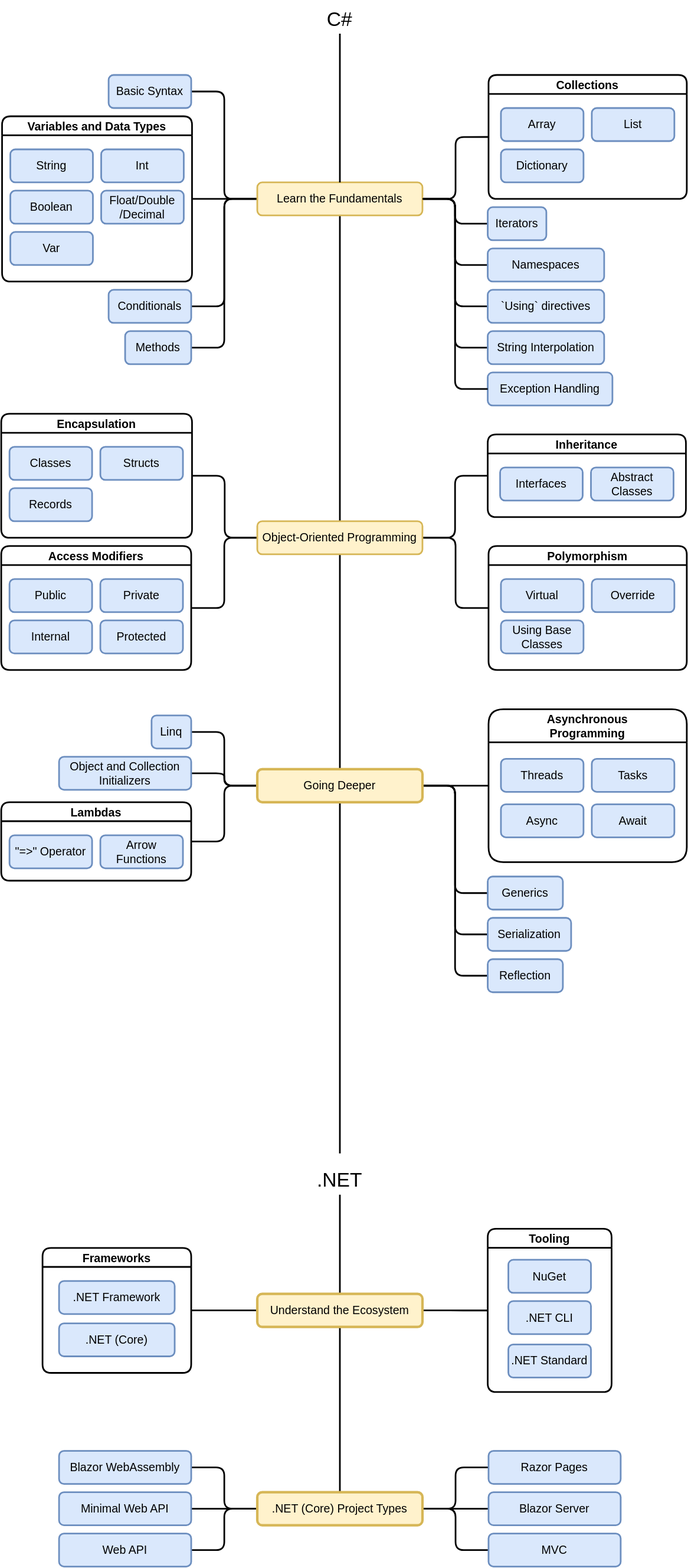
Before: csharp-roadmap.drawio.svg, a diagram exported from draw.io (gridlocdev/csharp-learning-roadmap). Source tidied: cells renumbered, new cells last; positions are measured from the earlier drawing's top-left corner, leaving out a move shared by most shapes.
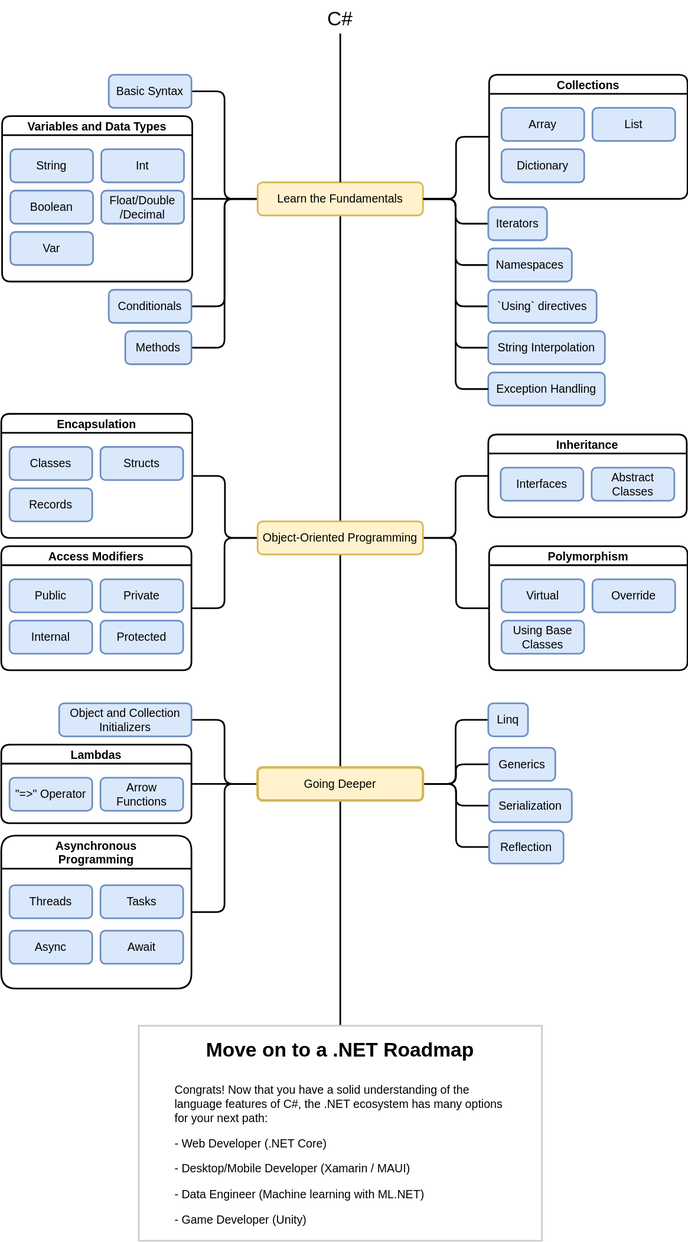
Later version of the same file.

Change to the diagram source:
```diff
@@ -51,7 +51,7 @@
       <mxGeometry x="150" y="400" width="80" height="40" as="geometry" />
     </mxCell>
     <mxCell id="18" value="&lt;a href=&quot;https://docs.microsoft.com/en-us/dotnet/csharp/fundamentals/types/namespaces&quot;&gt;Namespaces&lt;/a&gt;" style="rounded=1;whiteSpace=wrap;html=1;fillColor=#dae8fc;strokeColor=#6c8ebf;strokeWidth=2;fontSize=14;" parent="1" vertex="1">
-      <mxGeometry x="589" y="300" width="141" height="40" as="geometry" />
+      <mxGeometry x="589" y="300" width="101" height="40" as="geometry" />
     </mxCell>
     <mxCell id="19" value="&lt;div style=&quot;font-size: 14px&quot;&gt;&lt;a href=&quot;https://docs.microsoft.com/en-us/dotnet/csharp/programming-guide/concepts/iterators&quot;&gt;Iterators&lt;/a&gt;&lt;/div&gt;" style="rounded=1;whiteSpace=wrap;html=1;fillColor=#dae8fc;strokeColor=#6c8ebf;strokeWidth=2;fontSize=14;" parent="1" vertex="1">
       <mxGeometry x="589" y="250" width="71" height="40" as="geometry" />
@@ -60,7 +60,7 @@
       <mxGeometry x="589" y="400" width="141" height="40" as="geometry" />
     </mxCell>
     <mxCell id="21" value="&lt;div style=&quot;font-size: 14px&quot;&gt;&lt;a href=&quot;https://docs.microsoft.com/en-us/dotnet/csharp/fundamentals/exceptions/exception-handling&quot;&gt;Exception Handling&lt;/a&gt;&lt;br style=&quot;font-size: 14px&quot;&gt;&lt;/div&gt;" style="rounded=1;whiteSpace=wrap;html=1;fillColor=#dae8fc;strokeColor=#6c8ebf;strokeWidth=2;fontSize=14;" parent="1" vertex="1">
-      <mxGeometry x="589" y="450" width="151" height="40" as="geometry" />
+      <mxGeometry x="589" y="450" width="141" height="40" as="geometry" />
     </mxCell>
     <mxCell id="22" style="edgeStyle=orthogonalEdgeStyle;rounded=1;jettySize=auto;html=1;exitX=1;exitY=0.5;exitDx=0;exitDy=0;entryX=0;entryY=0.5;entryDx=0;entryDy=0;fontSize=14;endArrow=none;endFill=0;strokeWidth=2;" parent="1" edge="1" source="12" target="21">
       <mxGeometry relative="1" as="geometry" />
@@ -128,31 +128,29 @@
     <mxCell id="43" style="edgeStyle=orthogonalEdgeStyle;rounded=1;jettySize=auto;html=1;exitX=1;exitY=0.5;exitDx=0;exitDy=0;entryX=0;entryY=0.5;entryDx=0;entryDy=0;fontSize=24;endArrow=none;endFill=0;strokeWidth=2;" parent="1" edge="1" source="48" target="60">
       <mxGeometry relative="1" as="geometry" />
     </mxCell>
-    <mxCell id="44" style="edgeStyle=orthogonalEdgeStyle;rounded=1;jettySize=auto;html=1;exitX=0.5;exitY=1;exitDx=0;exitDy=0;entryX=0.5;entryY=0;entryDx=0;entryDy=0;fontSize=14;endArrow=none;endFill=0;strokeWidth=2;" parent="1" edge="1" source="48">
-      <mxGeometry relative="1" as="geometry">
-        <mxPoint x="410" y="1395" as="targetPoint" />
-      </mxGeometry>
+    <mxCell id="44" style="edgeStyle=orthogonalEdgeStyle;rounded=1;jettySize=auto;html=1;exitX=0.5;exitY=1;exitDx=0;exitDy=0;entryX=0.5;entryY=0;entryDx=0;entryDy=0;fontSize=14;endArrow=none;endFill=0;strokeWidth=2;" parent="1" edge="1" source="48" target="104">
+      <mxGeometry relative="1" as="geometry" />
     </mxCell>
+    <mxCell id="47" style="edgeStyle=orthogonalEdgeStyle;rounded=1;jettySize=auto;html=1;exitX=1;exitY=0.5;exitDx=0;exitDy=0;entryX=0;entryY=0.5;entryDx=0;entryDy=0;endArrow=none;endFill=0;strokeWidth=2;" parent="1" edge="1" source="48" target="87">
+      <mxGeometry relative="1" as="geometry" />
+    </mxCell>
+    <mxCell id="46" style="edgeStyle=orthogonalEdgeStyle;rounded=1;jettySize=auto;html=1;exitX=1;exitY=0.5;exitDx=0;exitDy=0;entryX=0;entryY=0.5;entryDx=0;entryDy=0;endArrow=none;endFill=0;strokeWidth=2;" parent="1" edge="1" source="48" target="49">
+      <mxGeometry relative="1" as="geometry" />
+    </mxCell>
-    <mxCell id="45" style="edgeStyle=orthogonalEdgeStyle;rounded=1;jettySize=auto;html=1;exitX=1;exitY=0.5;exitDx=0;exitDy=0;fontSize=14;endArrow=none;endFill=0;strokeWidth=2;entryX=0;entryY=0.5;entryDx=0;entryDy=0;" parent="1" edge="1" source="48" target="54">
+    <mxCell id="45" style="edgeStyle=orthogonalEdgeStyle;rounded=1;jettySize=auto;html=1;exitX=0;exitY=0.5;exitDx=0;exitDy=0;entryX=1;entryY=0.5;entryDx=0;entryDy=0;endArrow=none;endFill=0;strokeWidth=2;" parent="1" edge="1" source="48" target="54">
       <mxGeometry relative="1" as="geometry" />
     </mxCell>
-    <mxCell id="46" style="edgeStyle=orthogonalEdgeStyle;rounded=1;jettySize=auto;html=1;exitX=0;exitY=0.5;exitDx=0;exitDy=0;entryX=1;entryY=0.5;entryDx=0;entryDy=0;endArrow=none;endFill=0;strokeWidth=2;" parent="1" edge="1" source="48" target="49">
-      <mxGeometry relative="1" as="geometry" />
-    </mxCell>
-    <mxCell id="47" style="edgeStyle=orthogonalEdgeStyle;rounded=1;jettySize=auto;html=1;exitX=1;exitY=0.5;exitDx=0;exitDy=0;entryX=0;entryY=0.5;entryDx=0;entryDy=0;endArrow=none;endFill=0;strokeWidth=2;" parent="1" edge="1" source="48" target="87">
-      <mxGeometry relative="1" as="geometry" />
-    </mxCell>
     <mxCell id="48" value="&lt;font style=&quot;font-size: 14px&quot;&gt;Going Deeper&lt;/font&gt;" style="rounded=1;whiteSpace=wrap;html=1;fillColor=#fff2cc;strokeColor=#d6b656;strokeWidth=3;" parent="1" vertex="1">
-      <mxGeometry x="310" y="930" width="200" height="40" as="geometry" />
+      <mxGeometry x="310" y="927.5" width="200" height="40" as="geometry" />
     </mxCell>
     <mxCell id="49" value="&lt;a href=&quot;https://docs.microsoft.com/en-us/dotnet/csharp/linq/&quot;&gt;Linq&lt;/a&gt;" style="rounded=1;whiteSpace=wrap;html=1;fillColor=#dae8fc;strokeColor=#6c8ebf;strokeWidth=2;fontSize=14;" parent="1" vertex="1">
-      <mxGeometry x="182" y="865" width="48" height="40" as="geometry" />
+      <mxGeometry x="589" y="850" width="48" height="40" as="geometry" />
     </mxCell>
     <mxCell id="50" value="&lt;a href=&quot;https://docs.microsoft.com/en-us/dotnet/csharp/programming-guide/classes-and-structs/object-and-collection-initializers&quot;&gt;Object and Collection Initializers&lt;/a&gt;" style="rounded=1;whiteSpace=wrap;html=1;fillColor=#dae8fc;strokeColor=#6c8ebf;strokeWidth=2;fontSize=14;" parent="1" vertex="1">
-      <mxGeometry x="70" y="915" width="160" height="40" as="geometry" />
+      <mxGeometry x="70" y="850" width="160" height="40" as="geometry" />
     </mxCell>
     <mxCell id="51" value="Lambdas" style="swimlane;rounded=1;fontSize=14;strokeWidth=2;" parent="1" vertex="1">
-      <mxGeometry y="970" width="230" height="95" as="geometry" />
+      <mxGeometry y="900" width="230" height="95" as="geometry" />
     </mxCell>
     <mxCell id="52" value="&lt;a href=&quot;https://docs.microsoft.com/en-us/dotnet/csharp/language-reference/operators/lambda-expressions&quot;&gt;Arrow Functions&lt;/a&gt;" style="rounded=1;whiteSpace=wrap;html=1;fillColor=#dae8fc;strokeColor=#6c8ebf;strokeWidth=2;fontSize=14;" parent="51" vertex="1">
       <mxGeometry x="120" y="40" width="100" height="40" as="geometry" />
@@ -161,106 +159,28 @@
       <mxGeometry x="10" y="40" width="100" height="40" as="geometry" />
     </mxCell>
     <mxCell id="54" value="Asynchronous &#10;Programming" style="swimlane;rounded=1;fontSize=14;strokeWidth=2;startSize=40;" parent="1" vertex="1">
-      <mxGeometry x="590" y="857.5" width="240" height="185" as="geometry" />
+      <mxGeometry y="1010" width="230" height="185" as="geometry" />
     </mxCell>
     <mxCell id="55" value="&lt;a href=&quot;https://docs.microsoft.com/en-us/dotnet/csharp/programming-guide/concepts/async/&quot;&gt;Tasks&lt;/a&gt;" style="rounded=1;whiteSpace=wrap;html=1;fillColor=#dae8fc;strokeColor=#6c8ebf;strokeWidth=2;fontSize=14;" parent="54" vertex="1">
-      <mxGeometry x="125" y="60" width="100" height="40" as="geometry" />
+      <mxGeometry x="120" y="60" width="100" height="40" as="geometry" />
     </mxCell>
     <mxCell id="56" value="&lt;a href=&quot;https://docs.microsoft.com/en-us/dotnet/csharp/language-reference/keywords/async&quot;&gt;Async&lt;/a&gt;&lt;a href=&quot;https://docs.microsoft.com/en-us/dotnet/csharp/language-reference/operators/await&quot;&gt;&lt;/a&gt;" style="rounded=1;whiteSpace=wrap;html=1;fillColor=#dae8fc;strokeColor=#6c8ebf;strokeWidth=2;fontSize=14;" parent="54" vertex="1">
-      <mxGeometry x="15" y="115" width="100" height="40" as="geometry" />
+      <mxGeometry x="10" y="115" width="100" height="40" as="geometry" />
     </mxCell>
     <mxCell id="57" value="&lt;a href=&quot;https://docs.microsoft.com/en-us/dotnet/csharp/language-reference/operators/await&quot;&gt;Await&lt;/a&gt;" style="rounded=1;whiteSpace=wrap;html=1;fillColor=#dae8fc;strokeColor=#6c8ebf;strokeWidth=2;fontSize=14;" parent="54" vertex="1">
-      <mxGeometry x="125" y="115" width="100" height="40" as="geometry" />
+      <mxGeometry x="120" y="115" width="100" height="40" as="geometry" />
     </mxCell>
     <mxCell id="58" value="&lt;a href=&quot;https://docs.microsoft.com/en-us/dotnet/standard/threading/using-threads-and-threading&quot;&gt;Threads&lt;/a&gt;" style="rounded=1;whiteSpace=wrap;html=1;fillColor=#dae8fc;strokeColor=#6c8ebf;strokeWidth=2;fontSize=14;" parent="54" vertex="1">
-      <mxGeometry x="15" y="60" width="100" height="40" as="geometry" />
+      <mxGeometry x="10" y="60" width="100" height="40" as="geometry" />
     </mxCell>
     <mxCell id="59" value="&lt;a href=&quot;https://docs.microsoft.com/en-us/dotnet/csharp/programming-guide/concepts/serialization/&quot;&gt;Serialization&lt;/a&gt;" style="rounded=1;whiteSpace=wrap;html=1;fillColor=#dae8fc;strokeColor=#6c8ebf;strokeWidth=2;fontSize=14;" parent="1" vertex="1">
-      <mxGeometry x="589" y="1110" width="101" height="40" as="geometry" />
+      <mxGeometry x="590" y="953.8" width="100" height="40" as="geometry" />
     </mxCell>
     <mxCell id="60" value="&lt;a href=&quot;https://docs.microsoft.com/en-us/dotnet/csharp/programming-guide/concepts/reflection&quot;&gt;Reflection&lt;/a&gt;" style="rounded=1;whiteSpace=wrap;html=1;fillColor=#dae8fc;strokeColor=#6c8ebf;strokeWidth=2;fontSize=14;" parent="1" vertex="1">
-      <mxGeometry x="589" y="1160" width="91" height="40" as="geometry" />
+      <mxGeometry x="590" y="1003.8" width="90" height="40" as="geometry" />
     </mxCell>
-    <mxCell id="61" style="edgeStyle=orthogonalEdgeStyle;rounded=1;jettySize=auto;html=1;exitX=0.5;exitY=1;exitDx=0;exitDy=0;entryX=0.5;entryY=0;entryDx=0;entryDy=0;fontSize=14;endArrow=none;endFill=0;strokeWidth=2;" parent="1" edge="1" source="62" target="66">
-      <mxGeometry relative="1" as="geometry" />
-    </mxCell>
-    <mxCell id="62" value="&lt;div&gt;.NET&lt;/div&gt;" style="text;html=1;strokeColor=none;fillColor=none;align=center;verticalAlign=bottom;whiteSpace=wrap;rounded=0;fontSize=24;" parent="1" vertex="1">
-      <mxGeometry x="380" y="1405" width="60" height="40" as="geometry" />
-    </mxCell>
-    <mxCell id="63" style="edgeStyle=orthogonalEdgeStyle;rounded=1;jettySize=auto;html=1;exitX=0;exitY=0.5;exitDx=0;exitDy=0;entryX=1;entryY=0.5;entryDx=0;entryDy=0;fontSize=14;endArrow=none;endFill=0;strokeWidth=2;" parent="1" edge="1" source="66" target="67">
-      <mxGeometry relative="1" as="geometry" />
-    </mxCell>
-    <mxCell id="64" style="edgeStyle=orthogonalEdgeStyle;rounded=1;jettySize=auto;html=1;exitX=1;exitY=0.5;exitDx=0;exitDy=0;fontSize=14;endArrow=none;endFill=0;strokeWidth=2;" parent="1" edge="1" source="66" target="70">
-      <mxGeometry relative="1" as="geometry" />
-    </mxCell>
-    <mxCell id="65" style="edgeStyle=orthogonalEdgeStyle;rounded=1;jettySize=auto;html=1;exitX=0.5;exitY=1;exitDx=0;exitDy=0;fontSize=14;endArrow=none;endFill=0;strokeWidth=2;" parent="1" edge="1" source="66" target="80">
-      <mxGeometry relative="1" as="geometry" />
-    </mxCell>
-    <mxCell id="66" value="Understand the Ecosystem" style="rounded=1;whiteSpace=wrap;html=1;fillColor=#fff2cc;strokeColor=#d6b656;strokeWidth=3;fontSize=14;" parent="1" vertex="1">
-      <mxGeometry x="310" y="1565" width="200" height="40" as="geometry" />
-    </mxCell>
-    <mxCell id="67" value="Frameworks" style="swimlane;rounded=1;fontSize=14;strokeWidth=2;" parent="1" vertex="1">
-      <mxGeometry x="50" y="1509.4" width="180" height="151.2" as="geometry" />
-    </mxCell>
-    <mxCell id="68" value=".NET Framework" style="rounded=1;whiteSpace=wrap;html=1;fillColor=#dae8fc;strokeColor=#6c8ebf;strokeWidth=2;fontSize=14;" parent="67" vertex="1">
-      <mxGeometry x="20" y="40" width="140" height="40" as="geometry" />
-    </mxCell>
-    <mxCell id="69" value=".NET (Core)" style="rounded=1;whiteSpace=wrap;html=1;fillColor=#dae8fc;strokeColor=#6c8ebf;strokeWidth=2;fontSize=14;" parent="67" vertex="1">
-      <mxGeometry x="20" y="91.2" width="140" height="40" as="geometry" />
-    </mxCell>
-    <mxCell id="70" value="Tooling" style="swimlane;rounded=1;fontSize=14;strokeWidth=2;" parent="1" vertex="1">
-      <mxGeometry x="589" y="1486.2" width="150" height="197.5" as="geometry" />
-    </mxCell>
-    <mxCell id="71" value="NuGet" style="rounded=1;whiteSpace=wrap;html=1;fillColor=#dae8fc;strokeColor=#6c8ebf;strokeWidth=2;fontSize=14;" parent="70" vertex="1">
-      <mxGeometry x="25" y="37.5" width="100" height="40" as="geometry" />
-    </mxCell>
-    <mxCell id="72" value=".NET CLI" style="rounded=1;whiteSpace=wrap;html=1;fillColor=#dae8fc;strokeColor=#6c8ebf;strokeWidth=2;fontSize=14;" parent="70" vertex="1">
-      <mxGeometry x="25" y="87.5" width="100" height="40" as="geometry" />
-    </mxCell>
-    <mxCell id="73" value=".NET Standard" style="rounded=1;whiteSpace=wrap;html=1;fillColor=#dae8fc;strokeColor=#6c8ebf;strokeWidth=2;fontSize=14;" parent="70" vertex="1">
-      <mxGeometry x="25" y="140" width="100" height="40" as="geometry" />
-    </mxCell>
-    <mxCell id="74" style="edgeStyle=orthogonalEdgeStyle;rounded=1;jettySize=auto;html=1;exitX=0;exitY=0.5;exitDx=0;exitDy=0;entryX=1;entryY=0.5;entryDx=0;entryDy=0;fontSize=14;endArrow=none;endFill=0;strokeWidth=2;" parent="1" edge="1" source="80" target="81">
-      <mxGeometry relative="1" as="geometry" />
-    </mxCell>
-    <mxCell id="75" style="edgeStyle=orthogonalEdgeStyle;rounded=1;jettySize=auto;html=1;exitX=0;exitY=0.5;exitDx=0;exitDy=0;fontSize=14;endArrow=none;endFill=0;strokeWidth=2;" parent="1" edge="1" source="80" target="82">
-      <mxGeometry relative="1" as="geometry" />
-    </mxCell>
-    <mxCell id="76" style="edgeStyle=orthogonalEdgeStyle;rounded=1;jettySize=auto;html=1;exitX=0;exitY=0.5;exitDx=0;exitDy=0;entryX=1;entryY=0.5;entryDx=0;entryDy=0;fontSize=14;endArrow=none;endFill=0;strokeWidth=2;" parent="1" edge="1" source="80" target="83">
-      <mxGeometry relative="1" as="geometry" />
-    </mxCell>
-    <mxCell id="77" style="edgeStyle=orthogonalEdgeStyle;rounded=1;jettySize=auto;html=1;exitX=1;exitY=0.5;exitDx=0;exitDy=0;entryX=0;entryY=0.5;entryDx=0;entryDy=0;fontSize=14;endArrow=none;endFill=0;strokeWidth=2;" parent="1" edge="1" source="80" target="84">
-      <mxGeometry relative="1" as="geometry" />
-    </mxCell>
-    <mxCell id="78" style="edgeStyle=orthogonalEdgeStyle;rounded=1;jettySize=auto;html=1;exitX=1;exitY=0.5;exitDx=0;exitDy=0;entryX=0;entryY=0.5;entryDx=0;entryDy=0;fontSize=14;endArrow=none;endFill=0;strokeWidth=2;" parent="1" edge="1" source="80" target="85">
-      <mxGeometry relative="1" as="geometry" />
-    </mxCell>
-    <mxCell id="79" style="edgeStyle=orthogonalEdgeStyle;rounded=1;jettySize=auto;html=1;exitX=1;exitY=0.5;exitDx=0;exitDy=0;entryX=0;entryY=0.5;entryDx=0;entryDy=0;fontSize=14;endArrow=none;endFill=0;strokeWidth=2;" parent="1" edge="1" source="80" target="86">
-      <mxGeometry relative="1" as="geometry" />
-    </mxCell>
-    <mxCell id="80" value=".NET (Core) Project Types" style="rounded=1;whiteSpace=wrap;html=1;fillColor=#fff2cc;strokeColor=#d6b656;strokeWidth=3;fontSize=14;" parent="1" vertex="1">
-      <mxGeometry x="310" y="1805" width="200" height="40" as="geometry" />
-    </mxCell>
-    <mxCell id="81" value="Blazor WebAssembly" style="rounded=1;whiteSpace=wrap;html=1;fillColor=#dae8fc;strokeColor=#6c8ebf;strokeWidth=2;fontSize=14;" parent="1" vertex="1">
-      <mxGeometry x="70" y="1755" width="160" height="40" as="geometry" />
-    </mxCell>
-    <mxCell id="82" value="Minimal Web API" style="rounded=1;whiteSpace=wrap;html=1;fillColor=#dae8fc;strokeColor=#6c8ebf;strokeWidth=2;fontSize=14;verticalAlign=middle;" parent="1" vertex="1">
-      <mxGeometry x="70" y="1805" width="160" height="40" as="geometry" />
-    </mxCell>
-    <mxCell id="83" value="Web API" style="rounded=1;whiteSpace=wrap;html=1;fillColor=#dae8fc;strokeColor=#6c8ebf;strokeWidth=2;fontSize=14;verticalAlign=middle;" parent="1" vertex="1">
-      <mxGeometry x="70" y="1855" width="160" height="40" as="geometry" />
-    </mxCell>
-    <mxCell id="84" value="Razor Pages" style="rounded=1;whiteSpace=wrap;html=1;fillColor=#dae8fc;strokeColor=#6c8ebf;strokeWidth=2;fontSize=14;verticalAlign=middle;" parent="1" vertex="1">
-      <mxGeometry x="590" y="1755" width="160" height="40" as="geometry" />
-    </mxCell>
-    <mxCell id="85" value="Blazor Server" style="rounded=1;whiteSpace=wrap;html=1;fillColor=#dae8fc;strokeColor=#6c8ebf;strokeWidth=2;fontSize=14;verticalAlign=middle;" parent="1" vertex="1">
-      <mxGeometry x="590" y="1805" width="160" height="40" as="geometry" />
-    </mxCell>
-    <mxCell id="86" value="MVC" style="rounded=1;whiteSpace=wrap;html=1;fillColor=#dae8fc;strokeColor=#6c8ebf;strokeWidth=2;fontSize=14;verticalAlign=middle;" parent="1" vertex="1">
-      <mxGeometry x="590" y="1855" width="160" height="40" as="geometry" />
-    </mxCell>
     <mxCell id="87" value="&lt;a href=&quot;https://docs.microsoft.com/en-us/dotnet/csharp/fundamentals/types/generics&quot;&gt;Generics&lt;/a&gt;" style="rounded=1;whiteSpace=wrap;html=1;fillColor=#dae8fc;strokeColor=#6c8ebf;strokeWidth=2;fontSize=14;" parent="1" vertex="1">
-      <mxGeometry x="589" y="1060" width="91" height="40" as="geometry" />
+      <mxGeometry x="590" y="903.8" width="80" height="40" as="geometry" />
     </mxCell>
     <mxCell id="88" value="Access Modifiers" style="swimlane;rounded=1;fontSize=14;strokeWidth=2;" parent="1" vertex="1">
       <mxGeometry y="660" width="230" height="150" as="geometry" />
@@ -308,7 +228,10 @@
       <mxGeometry x="10" y="140" width="100" height="40" as="geometry" />
     </mxCell>
     <mxCell id="103" value="&lt;a href=&quot;https://docs.microsoft.com/en-us/dotnet/csharp/language-reference/keywords/using-directive&quot;&gt;`Using` directives&lt;/a&gt;" style="rounded=1;whiteSpace=wrap;html=1;fillColor=#dae8fc;strokeColor=#6c8ebf;strokeWidth=2;fontSize=14;" parent="1" vertex="1">
-      <mxGeometry x="589" y="350" width="141" height="40" as="geometry" />
+      <mxGeometry x="589" y="350" width="131" height="40" as="geometry" />
     </mxCell>
+    <mxCell id="104" value="&lt;h1 style=&quot;line-height: 2&quot; align=&quot;center&quot;&gt;Move on to a .NET Roadmap&lt;br&gt;&lt;/h1&gt;&lt;div align=&quot;left&quot;&gt;&lt;blockquote&gt;&lt;p style=&quot;font-size: 14px&quot;&gt;&lt;font style=&quot;font-size: 14px&quot;&gt;Congrats! Now that you have a solid understanding of the language features of C#, the .NET ecosystem has many options for your next path:&lt;/font&gt;&lt;/p&gt;&lt;/blockquote&gt;&lt;/div&gt;&lt;blockquote&gt;&lt;p style=&quot;font-size: 14px&quot; align=&quot;left&quot;&gt;&lt;font style=&quot;font-size: 14px&quot;&gt;- Web Developer (.NET Core)&lt;br&gt;&lt;/font&gt;&lt;/p&gt;&lt;p style=&quot;font-size: 14px&quot; align=&quot;left&quot;&gt;&lt;font style=&quot;font-size: 14px&quot;&gt;- Desktop/Mobile Developer (Xamarin / MAUI)&lt;br&gt;&lt;/font&gt;&lt;/p&gt;&lt;p style=&quot;font-size: 14px&quot; align=&quot;left&quot;&gt;&lt;font style=&quot;font-size: 14px&quot;&gt;- Data Engineer (Machine learning with ML.NET)&lt;br&gt;&lt;/font&gt;&lt;/p&gt;&lt;p style=&quot;font-size: 14px&quot; align=&quot;left&quot;&gt;&lt;font style=&quot;font-size: 14px&quot;&gt;- Game Developer (Unity)&lt;/font&gt;&lt;br&gt;&lt;/p&gt;&lt;/blockquote&gt;" style="text;html=1;spacing=5;spacingTop=-20;whiteSpace=wrap;overflow=hidden;rounded=0;strokeColor=#CCCCCC;strokeWidth=2;glass=0;fillColor=default;align=center;" parent="1" vertex="1">
+      <mxGeometry x="166.2" y="1240" width="487.5" height="260" as="geometry" />
+    </mxCell>
   </root>
 </mxGraphModel>
```
